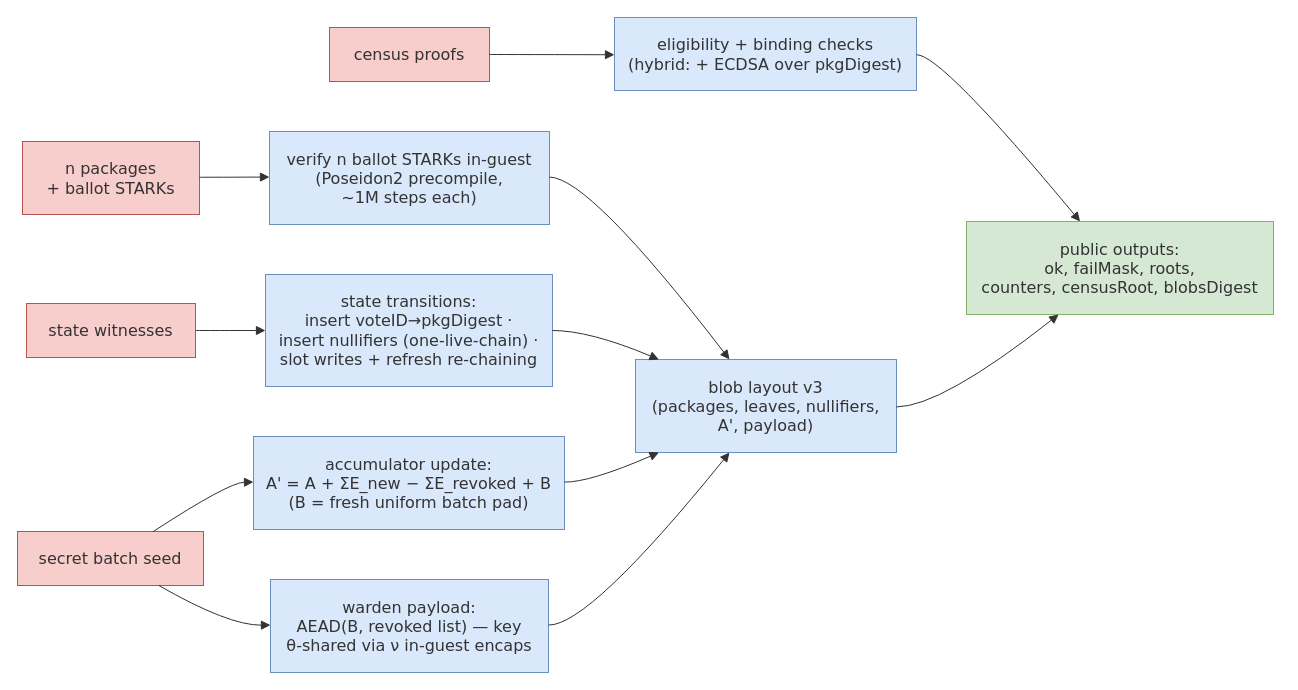
Before: v3-pq/figures/src/batch-flow.drawio in vocdoni/davinci-paper, a draw.io diagram. Source tidied: cells renumbered, new cells numbered last; positions are measured from the earlier drawing's top-left corner, leaving out a move shared by most shapes. Both pictures are drawn from the tidied source at 100%, with x=0, y=0 at pixel (17, 17).
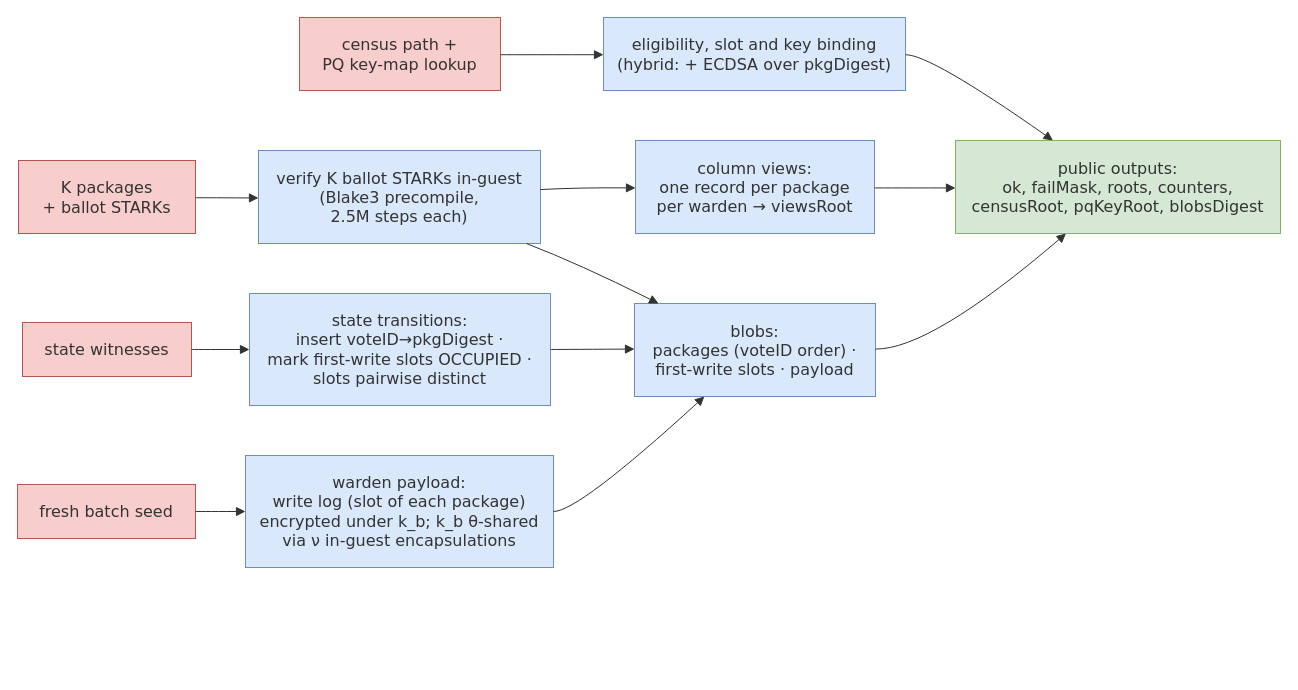
The same page after the edit.

Change to the diagram source:
```diff
@@
-    <mxCell id="2" value="n packages&#10;+ ballot STARKs" style="html=1;whiteSpace=wrap;strokeWidth=1;fillColor=#f8cecc;strokeColor=#b85450;fontColor=light-dark(#333333,#cccccc);fontFamily=Trebuchet MS,Verdana,Arial,sans-serif;fontSize=16;" parent="1" vertex="1">
-      <mxGeometry x="5" y="124" width="177" height="73" as="geometry" />
+    <mxCell id="2" value="K packages&#10;+ ballot STARKs" style="html=1;whiteSpace=wrap;strokeWidth=1;fillColor=#f8cecc;strokeColor=#b85450;fontColor=light-dark(#333333,#cccccc);fontFamily=Trebuchet MS,Verdana,Arial,sans-serif;fontSize=16;" parent="1" vertex="1">
+      <mxGeometry x="1" y="143" width="177" height="73" as="geometry" />
     </mxCell>
-    <mxCell id="3" value="verify n ballot STARKs in-guest&#10;(Poseidon2 precompile,&#10;~1M steps each)" style="html=1;whiteSpace=wrap;strokeWidth=1;fillColor=#dae8fc;strokeColor=#6c8ebf;fontColor=light-dark(#333333,#cccccc);fontFamily=Trebuchet MS,Verdana,Arial,sans-serif;fontSize=16;" parent="1" vertex="1">
-      <mxGeometry x="252" y="114" width="280" height="93" as="geometry" />
+    <mxCell id="3" value="verify K ballot STARKs in-guest&#10;(Blake3 precompile,&#10;2.5M steps each)" style="html=1;whiteSpace=wrap;strokeWidth=1;fillColor=#dae8fc;strokeColor=#6c8ebf;fontColor=light-dark(#333333,#cccccc);fontFamily=Trebuchet MS,Verdana,Arial,sans-serif;fontSize=16;" parent="1" vertex="1">
+      <mxGeometry x="241" y="133" width="282" height="93" as="geometry" />
     </mxCell>
-    <mxCell id="4" value="census proofs" style="html=1;whiteSpace=wrap;strokeWidth=1;fillColor=#f8cecc;strokeColor=#b85450;fontColor=light-dark(#333333,#cccccc);fontFamily=Trebuchet MS,Verdana,Arial,sans-serif;fontSize=16;" parent="1" vertex="1">
-      <mxGeometry x="312" y="10" width="160" height="54" as="geometry" />
+    <mxCell id="4" value="census path +&#10;PQ key-map lookup" style="html=1;whiteSpace=wrap;strokeWidth=1;fillColor=#f8cecc;strokeColor=#b85450;fontColor=light-dark(#333333,#cccccc);fontFamily=Trebuchet MS,Verdana,Arial,sans-serif;fontSize=16;" parent="1" vertex="1">
+      <mxGeometry x="282" width="201" height="73" as="geometry" />
     </mxCell>
-    <mxCell id="5" value="eligibility + binding checks&#10;(hybrid: + ECDSA over pkgDigest)" style="html=1;whiteSpace=wrap;strokeWidth=1;fillColor=#dae8fc;strokeColor=#6c8ebf;fontColor=light-dark(#333333,#cccccc);fontFamily=Trebuchet MS,Verdana,Arial,sans-serif;fontSize=16;" parent="1" vertex="1">
-      <mxGeometry x="597" width="302" height="73" as="geometry" />
+    <mxCell id="5" value="eligibility, slot and key binding&#10;(hybrid: + ECDSA over pkgDigest)" style="html=1;whiteSpace=wrap;strokeWidth=1;fillColor=#dae8fc;strokeColor=#6c8ebf;fontColor=light-dark(#333333,#cccccc);fontFamily=Trebuchet MS,Verdana,Arial,sans-serif;fontSize=16;" parent="1" vertex="1">
+      <mxGeometry x="586" width="302" height="73" as="geometry" />
     </mxCell>
     <mxCell id="6" value="state witnesses" style="html=1;whiteSpace=wrap;strokeWidth=1;fillColor=#f8cecc;strokeColor=#b85450;fontColor=light-dark(#333333,#cccccc);fontFamily=Trebuchet MS,Verdana,Arial,sans-serif;fontSize=16;" parent="1" vertex="1">
-      <mxGeometry x="9" y="286" width="169" height="54" as="geometry" />
+      <mxGeometry x="5" y="305" width="169" height="54" as="geometry" />
     </mxCell>
-    <mxCell id="7" value="state transitions:&#10;insert voteID→pkgDigest ·&#10;insert nullifiers (one-live-chain) ·&#10;slot writes + refresh re-chaining" style="html=1;whiteSpace=wrap;strokeWidth=1;fillColor=#dae8fc;strokeColor=#6c8ebf;fontColor=light-dark(#333333,#cccccc);fontFamily=Trebuchet MS,Verdana,Arial,sans-serif;fontSize=16;" parent="1" vertex="1">
-      <mxGeometry x="248" y="257" width="287" height="112" as="geometry" />
+    <mxCell id="7" value="state transitions:&#10;insert voteID→pkgDigest ·&#10;mark first-write slots OCCUPIED ·&#10;slots pairwise distinct" style="html=1;whiteSpace=wrap;strokeWidth=1;fillColor=#dae8fc;strokeColor=#6c8ebf;fontColor=light-dark(#333333,#cccccc);fontFamily=Trebuchet MS,Verdana,Arial,sans-serif;fontSize=16;" parent="1" vertex="1">
+      <mxGeometry x="232" y="276" width="301" height="112" as="geometry" />
     </mxCell>
-    <mxCell id="8" value="secret batch seed" style="html=1;whiteSpace=wrap;strokeWidth=1;fillColor=#f8cecc;strokeColor=#b85450;fontColor=light-dark(#333333,#cccccc);fontFamily=Trebuchet MS,Verdana,Arial,sans-serif;fontSize=16;" parent="1" vertex="1">
-      <mxGeometry y="514" width="186" height="54" as="geometry" />
+    <mxCell id="8" value="fresh batch seed" style="html=1;whiteSpace=wrap;strokeWidth=1;fillColor=#f8cecc;strokeColor=#b85450;fontColor=light-dark(#333333,#cccccc);fontFamily=Trebuchet MS,Verdana,Arial,sans-serif;fontSize=16;" parent="1" vertex="1">
+      <mxGeometry y="467" width="178" height="54" as="geometry" />
     </mxCell>
-    <mxCell id="9" value="accumulator update:&#10;A' = A + ΣE_new − ΣE_revoked + B&#10;(B = fresh uniform batch pad)" style="html=1;whiteSpace=wrap;strokeWidth=1;fillColor=#dae8fc;strokeColor=#6c8ebf;fontColor=light-dark(#333333,#cccccc);fontFamily=Trebuchet MS,Verdana,Arial,sans-serif;fontSize=16;" parent="1" vertex="1">
-      <mxGeometry x="236" y="419" width="311" height="93" as="geometry" />
+    <mxCell id="9" value="warden payload:&#10;write log (slot of each package)&#10;encrypted under k_b; k_b θ-shared&#10;via ν in-guest encapsulations" style="html=1;whiteSpace=wrap;strokeWidth=1;fillColor=#dae8fc;strokeColor=#6c8ebf;fontColor=light-dark(#333333,#cccccc);fontFamily=Trebuchet MS,Verdana,Arial,sans-serif;fontSize=16;" parent="1" vertex="1">
+      <mxGeometry x="228" y="438" width="308" height="112" as="geometry" />
     </mxCell>
-    <mxCell id="10" value="warden payload:&#10;AEAD(B, revoked list) — key&#10;θ-shared via ν in-guest encaps" style="html=1;whiteSpace=wrap;strokeWidth=1;fillColor=#dae8fc;strokeColor=#6c8ebf;fontColor=light-dark(#333333,#cccccc);fontFamily=Trebuchet MS,Verdana,Arial,sans-serif;fontSize=16;" parent="1" vertex="1">
-      <mxGeometry x="253" y="562" width="278" height="93" as="geometry" />
+    <mxCell id="10" value="column views:&#10;one record per package&#10;per warden → viewsRoot" style="html=1;whiteSpace=wrap;strokeWidth=1;fillColor=#dae8fc;strokeColor=#6c8ebf;fontColor=light-dark(#333333,#cccccc);fontFamily=Trebuchet MS,Verdana,Arial,sans-serif;fontSize=16;" parent="1" vertex="1">
+      <mxGeometry x="618" y="123" width="239" height="93" as="geometry" />
     </mxCell>
-    <mxCell id="11" value="blob layout v3&#10;(packages, leaves, nullifiers,&#10;A', payload)" style="html=1;whiteSpace=wrap;strokeWidth=1;fillColor=#dae8fc;strokeColor=#6c8ebf;fontColor=light-dark(#333333,#cccccc);fontFamily=Trebuchet MS,Verdana,Arial,sans-serif;fontSize=16;" parent="1" vertex="1">
-      <mxGeometry x="618" y="342" width="261" height="93" as="geometry" />
+    <mxCell id="11" value="blobs:&#10;packages (voteID order) ·&#10;first-write slots · payload" style="html=1;whiteSpace=wrap;strokeWidth=1;fillColor=#dae8fc;strokeColor=#6c8ebf;fontColor=light-dark(#333333,#cccccc);fontFamily=Trebuchet MS,Verdana,Arial,sans-serif;fontSize=16;" parent="1" vertex="1">
+      <mxGeometry x="617" y="286" width="241" height="93" as="geometry" />
     </mxCell>
-    <mxCell id="12" value="public outputs:&#10;ok, failMask, roots,&#10;counters, censusRoot, blobsDigest" style="html=1;whiteSpace=wrap;strokeWidth=1;fillColor=#d5e8d4;strokeColor=#82b366;fontColor=light-dark(#333333,#cccccc);fontFamily=Trebuchet MS,Verdana,Arial,sans-serif;fontSize=16;" parent="1" vertex="1">
-      <mxGeometry x="949" y="204" width="307" height="93" as="geometry" />
+    <mxCell id="12" value="public outputs:&#10;ok, failMask, roots, counters,&#10;censusRoot, pqKeyRoot, blobsDigest" style="html=1;whiteSpace=wrap;strokeWidth=1;fillColor=#d5e8d4;strokeColor=#82b366;fontColor=light-dark(#333333,#cccccc);fontFamily=Trebuchet MS,Verdana,Arial,sans-serif;fontSize=16;" parent="1" vertex="1">
+      <mxGeometry x="938" y="123" width="325" height="93" as="geometry" />
     </mxCell>
-    <mxCell id="13" style="curved=1;startArrow=none;endArrow=block;endSize=7;strokeColor=light-dark(#333333,#cccccc);exitX=1;exitY=0.49;entryX=0;entryY=0.49;" parent="1" edge="1" source="2" target="3">
+    <mxCell id="13" style="curved=1;startArrow=none;endArrow=block;endSize=7;strokeColor=light-dark(#333333,#cccccc);exitX=1;exitY=0.51;entryX=0;entryY=0.51;" parent="1" edge="1" source="2" target="3">
       <mxGeometry relative="1" as="geometry" />
     </mxCell>
-    <mxCell id="14" style="curved=1;startArrow=none;endArrow=block;endSize=7;strokeColor=light-dark(#333333,#cccccc);exitX=1;exitY=0.5;entryX=0;entryY=0.51;" parent="1" edge="1" source="4" target="5">
+    <mxCell id="14" style="curved=1;startArrow=none;endArrow=block;endSize=7;strokeColor=light-dark(#333333,#cccccc);exitX=1;exitY=0.51;entryX=0;entryY=0.51;" parent="1" edge="1" source="4" target="5">
       <mxGeometry relative="1" as="geometry" />
     </mxCell>
@@
-    <mxCell id="16" style="curved=1;startArrow=none;endArrow=block;endSize=7;strokeColor=light-dark(#333333,#cccccc);exitX=0.73;exitY=0;entryX=0;entryY=0.49;" parent="1" edge="1" source="8" target="9">
-      <mxGeometry relative="1" as="geometry">
-        <Array as="points">
-          <mxPoint x="211" y="465" />
-        </Array>
-      </mxGeometry>
+    <mxCell id="16" style="curved=1;startArrow=none;endArrow=block;endSize=7;strokeColor=light-dark(#333333,#cccccc);exitX=1;exitY=0.5;entryX=0;entryY=0.5;" parent="1" edge="1" source="8" target="9">
+      <mxGeometry relative="1" as="geometry" />
     </mxCell>
-    <mxCell id="17" style="curved=1;startArrow=none;endArrow=block;endSize=7;strokeColor=light-dark(#333333,#cccccc);exitX=0.76;exitY=1;entryX=0;entryY=0.49;" parent="1" edge="1" source="8" target="10">
+    <mxCell id="17" style="curved=1;startArrow=none;endArrow=block;endSize=7;strokeColor=light-dark(#333333,#cccccc);exitX=1;exitY=0.42;entryX=0;entryY=0.51;" parent="1" edge="1" source="3" target="10">
       <mxGeometry relative="1" as="geometry">
         <Array as="points">
-          <mxPoint x="211" y="608" />
+          <mxPoint x="561" y="170" />
         </Array>
       </mxGeometry>
     </mxCell>
-    <mxCell id="18" style="curved=1;startArrow=none;endArrow=block;endSize=7;strokeColor=light-dark(#333333,#cccccc);exitX=1;exitY=0.49;entryX=0.36;entryY=0;" parent="1" edge="1" source="3" target="11">
+    <mxCell id="18" style="curved=1;startArrow=none;endArrow=block;endSize=7;strokeColor=light-dark(#333333,#cccccc);exitX=0.95;exitY=1;entryX=0.1;entryY=0;" parent="1" edge="1" source="3" target="11">
       <mxGeometry relative="1" as="geometry">
         <Array as="points">
-          <mxPoint x="572" y="160" />
+          <mxPoint x="561" y="246" />
         </Array>
       </mxGeometry>
     </mxCell>
-    <mxCell id="19" style="curved=1;startArrow=none;endArrow=block;endSize=7;strokeColor=light-dark(#333333,#cccccc);exitX=1;exitY=0.5;entryX=0.09;entryY=0;" parent="1" edge="1" source="7" target="11">
-      <mxGeometry relative="1" as="geometry">
-        <Array as="points">
-          <mxPoint x="572" y="313" />
-        </Array>
-      </mxGeometry>
+    <mxCell id="19" style="curved=1;startArrow=none;endArrow=block;endSize=7;strokeColor=light-dark(#333333,#cccccc);exitX=1;exitY=0.5;entryX=0;entryY=0.49;" parent="1" edge="1" source="7" target="11">
+      <mxGeometry relative="1" as="geometry" />
     </mxCell>
-    <mxCell id="20" style="curved=1;startArrow=none;endArrow=block;endSize=7;strokeColor=light-dark(#333333,#cccccc);exitX=1;exitY=0.49;entryX=0.09;entryY=1;" parent="1" edge="1" source="9" target="11">
+    <mxCell id="20" style="curved=1;startArrow=none;endArrow=block;endSize=7;strokeColor=light-dark(#333333,#cccccc);exitX=1;exitY=0.5;entryX=0.29;entryY=1;" parent="1" edge="1" source="9" target="11">
       <mxGeometry relative="1" as="geometry">
         <Array as="points">
-          <mxPoint x="572" y="465" />
+          <mxPoint x="561" y="494" />
         </Array>
       </mxGeometry>
     </mxCell>
-    <mxCell id="21" style="curved=1;startArrow=none;endArrow=block;endSize=7;strokeColor=light-dark(#333333,#cccccc);exitX=1;exitY=0.49;entryX=0.36;entryY=1;" parent="1" edge="1" source="10" target="11">
+    <mxCell id="21" style="curved=1;startArrow=none;endArrow=block;endSize=7;strokeColor=light-dark(#333333,#cccccc);exitX=1;exitY=0.51;entryX=0.3;entryY=0;" parent="1" edge="1" source="5" target="12">
       <mxGeometry relative="1" as="geometry">
         <Array as="points">
-          <mxPoint x="572" y="608" />
+          <mxPoint x="913" y="37" />
         </Array>
       </mxGeometry>
     </mxCell>
-    <mxCell id="22" style="curved=1;startArrow=none;endArrow=block;endSize=7;strokeColor=light-dark(#333333,#cccccc);exitX=1;exitY=0.51;entryX=0.37;entryY=0;" parent="1" edge="1" source="5" target="12">
-      <mxGeometry relative="1" as="geometry">
-        <Array as="points">
-          <mxPoint x="924" y="37" />
-        </Array>
-      </mxGeometry>
+    <mxCell id="22" style="curved=1;startArrow=none;endArrow=block;endSize=7;strokeColor=light-dark(#333333,#cccccc);exitX=1;exitY=0.51;entryX=0;entryY=0.51;" parent="1" edge="1" source="10" target="12">
+      <mxGeometry relative="1" as="geometry" />
     </mxCell>
-    <mxCell id="23" style="curved=1;startArrow=none;endArrow=block;endSize=7;strokeColor=light-dark(#333333,#cccccc);exitX=1;exitY=0.51;entryX=0.3;entryY=1;" parent="1" edge="1" source="11" target="12">
+    <mxCell id="23" style="curved=1;startArrow=none;endArrow=block;endSize=7;strokeColor=light-dark(#333333,#cccccc);exitX=1;exitY=0.49;entryX=0.34;entryY=1;" parent="1" edge="1" source="11" target="12">
       <mxGeometry relative="1" as="geometry">
         <Array as="points">
-          <mxPoint x="924" y="389" />
+          <mxPoint x="913" y="332" />
         </Array>
       </mxGeometry>
     </mxCell>
```
